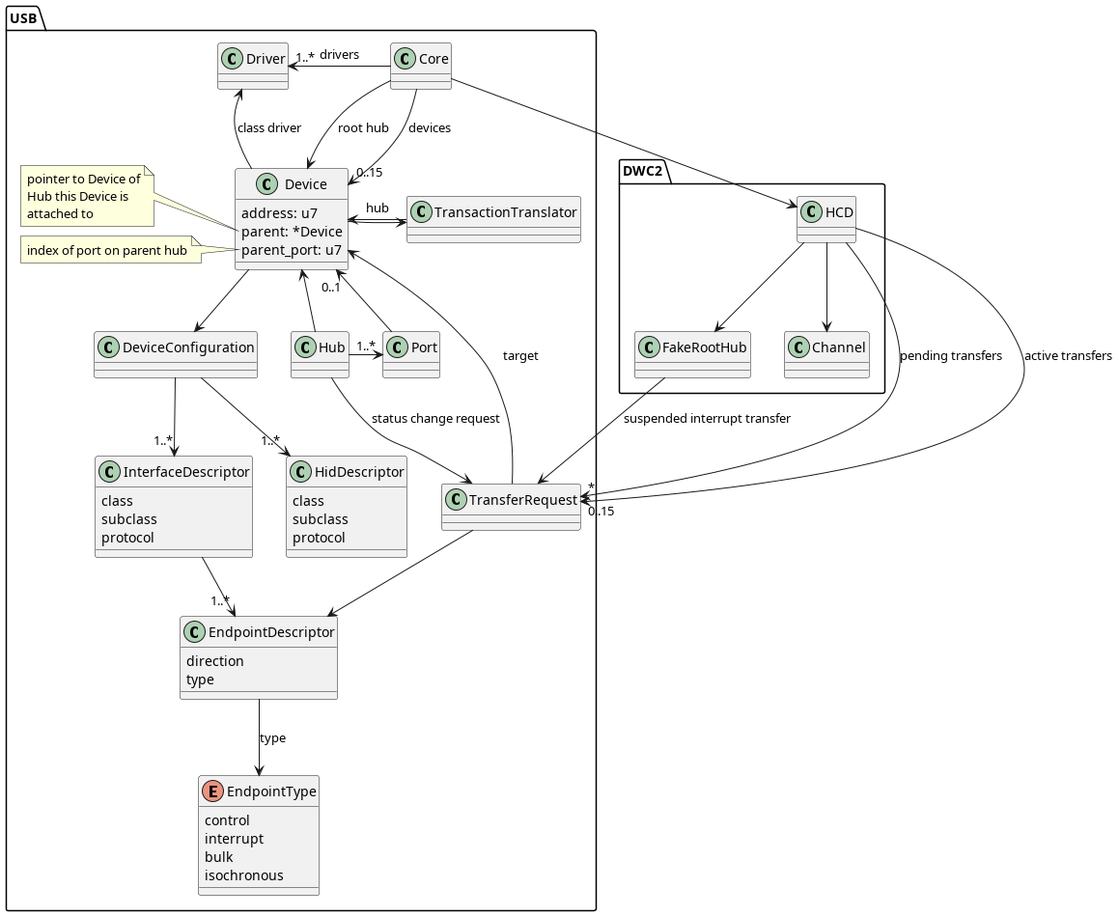
Before: doc/usb/current_data_model.png, a diagram exported from PlantUML (aapen/aapen).
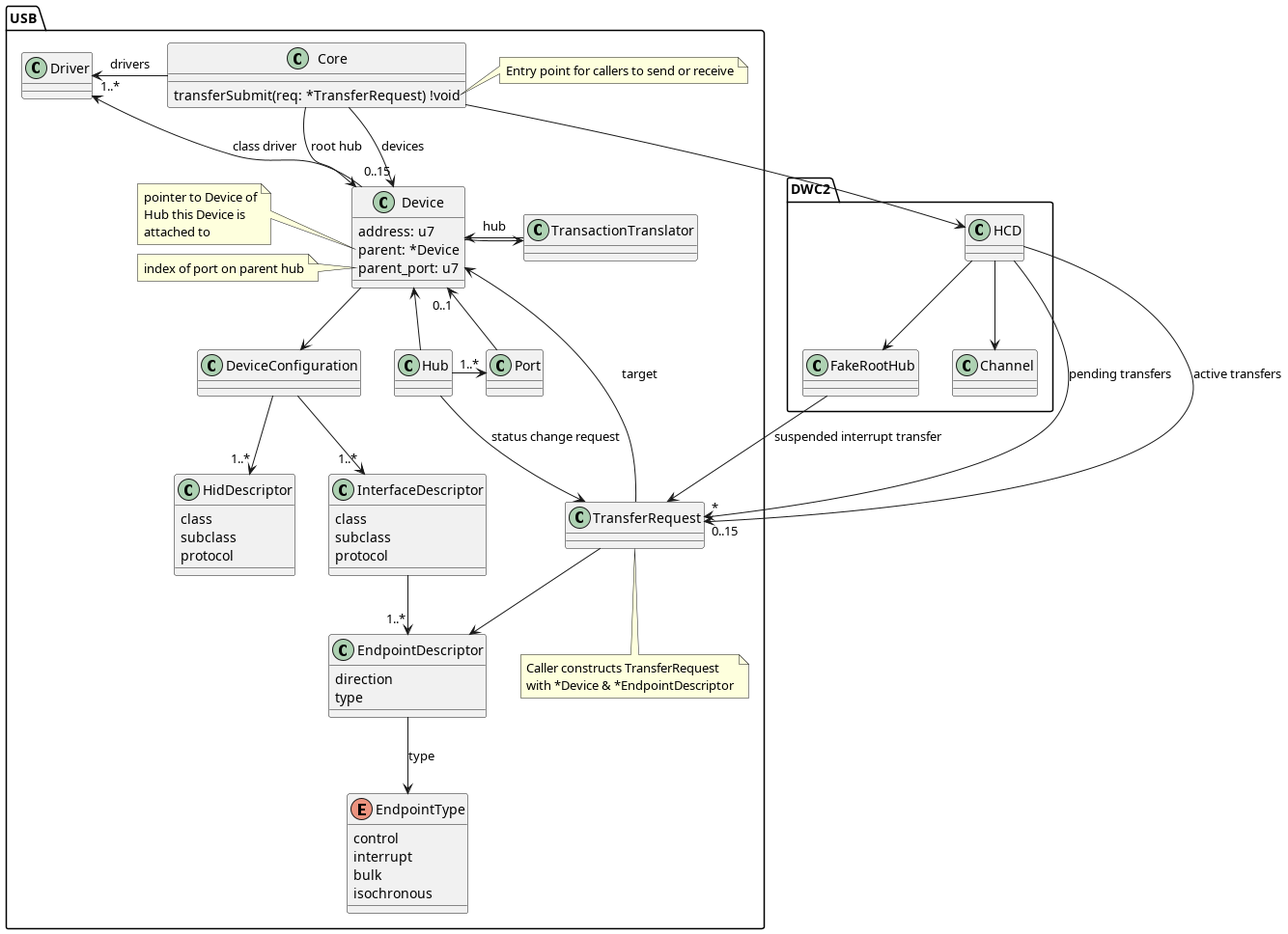
Above is the later version.

Commit message:
Clarify some notes on the diagram

Change to the diagram source:
```diff
@@ -2,6 +2,7 @@
 
 package USB {
         class Core {
+                transferSubmit(req: *TransferRequest) !void
         }
 
         class Device {
@@ -63,6 +64,14 @@
         index of port on parent hub
         end note
 
+note bottom of TransferRequest
+Caller constructs TransferRequest
+with *Device & *EndpointDescriptor
+end note
+
+note right of Core::"transferSubmit(req: *TransferRequest) !void"
+Entry point for callers to send or receive
+end note
 }
 
 package DWC2 {
```
